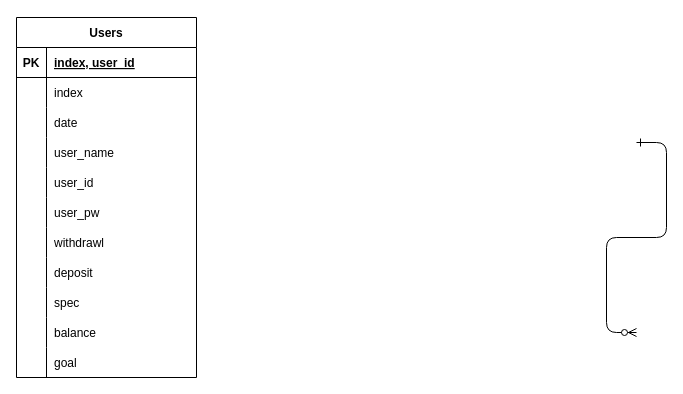
This is money/Untitled Diagram.drawio from skanwngud/Project, a draw.io file, before an edit. Source tidied: cells renumbered, new cells numbered last; positions are measured from the earlier drawing's top-left corner, leaving out a move shared by most shapes. Both pictures are drawn from the tidied source at 100%, with x=0, y=0 at pixel (16, 17).
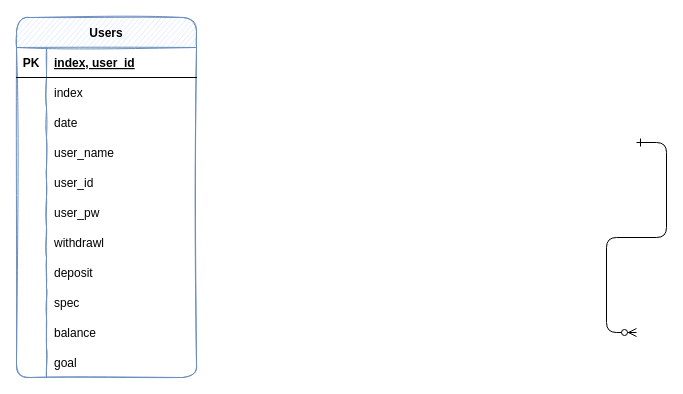
After the change.

Unchanged cells that the change refers to:
```xml
<mxCell id="4" style="shape=tableRow;horizontal=0;startSize=0;swimlaneHead=0;swimlaneBody=0;fillColor=none;top=0;left=0;right=0;bottom=1;" parent="3" vertex="1">
  <mxGeometry y="30" width="180" height="30" as="geometry" />
</mxCell>
<mxCell id="7" style="shape=tableRow;horizontal=0;startSize=0;swimlaneHead=0;swimlaneBody=0;fillColor=none;top=0;left=0;right=0;bottom=0;" parent="3" vertex="1">
  <mxGeometry y="60" width="180" height="30" as="geometry" />
</mxCell>
```

Change to the diagram source:
```diff
@@
-    <mxCell id="3" value="Users" style="shape=table;startSize=30;childLayout=tableLayout;rowLines=0;fontStyle=1;align=center;fillColor=none;" parent="1" vertex="1">
+    <mxCell id="3" value="Users" style="shape=table;startSize=30;childLayout=tableLayout;rowLines=0;fontStyle=1;align=center;fillColor=#dae8fc;rounded=1;swimlaneLine=1;shadow=0;sketch=1;strokeColor=#6c8ebf;" parent="1" vertex="1">
       <mxGeometry width="180" height="360" as="geometry" />
     </mxCell>
@@
-    <mxCell id="6" value="index, user_id" style="shape=partialRectangle;fillColor=none;top=0;left=0;bottom=0;right=0;align=left;spacingLeft=6;fontStyle=5;overflow=hidden;" parent="4" vertex="1">
+    <mxCell id="6" value="index, user_id" style="shape=partialRectangle;fillColor=none;top=0;left=0;bottom=0;right=0;align=left;spacingLeft=6;fontStyle=5;overflow=hidden;sketch=1;" parent="4" vertex="1">
       <mxGeometry x="30" width="150" height="30" as="geometry" />
     </mxCell>
@@
-    <mxCell id="8" style="shape=partialRectangle;fillColor=none;top=0;left=0;bottom=0;right=0;overflow=hidden;" parent="7" vertex="1">
+    <mxCell id="8" style="shape=partialRectangle;fillColor=none;top=0;left=0;bottom=0;right=0;overflow=hidden;sketch=1;" parent="7" vertex="1">
       <mxGeometry width="30" height="30" as="geometry" />
     </mxCell>
-    <mxCell id="9" value="index" style="shape=partialRectangle;top=0;left=0;bottom=0;right=0;align=left;spacingLeft=6;overflow=hidden;fillColor=none;" parent="7" vertex="1">
+    <mxCell id="9" value="index" style="shape=partialRectangle;top=0;left=0;bottom=0;right=0;align=left;spacingLeft=6;overflow=hidden;fillColor=none;sketch=1;" parent="7" vertex="1">
       <mxGeometry x="30" width="150" height="30" as="geometry" />
     </mxCell>
```
